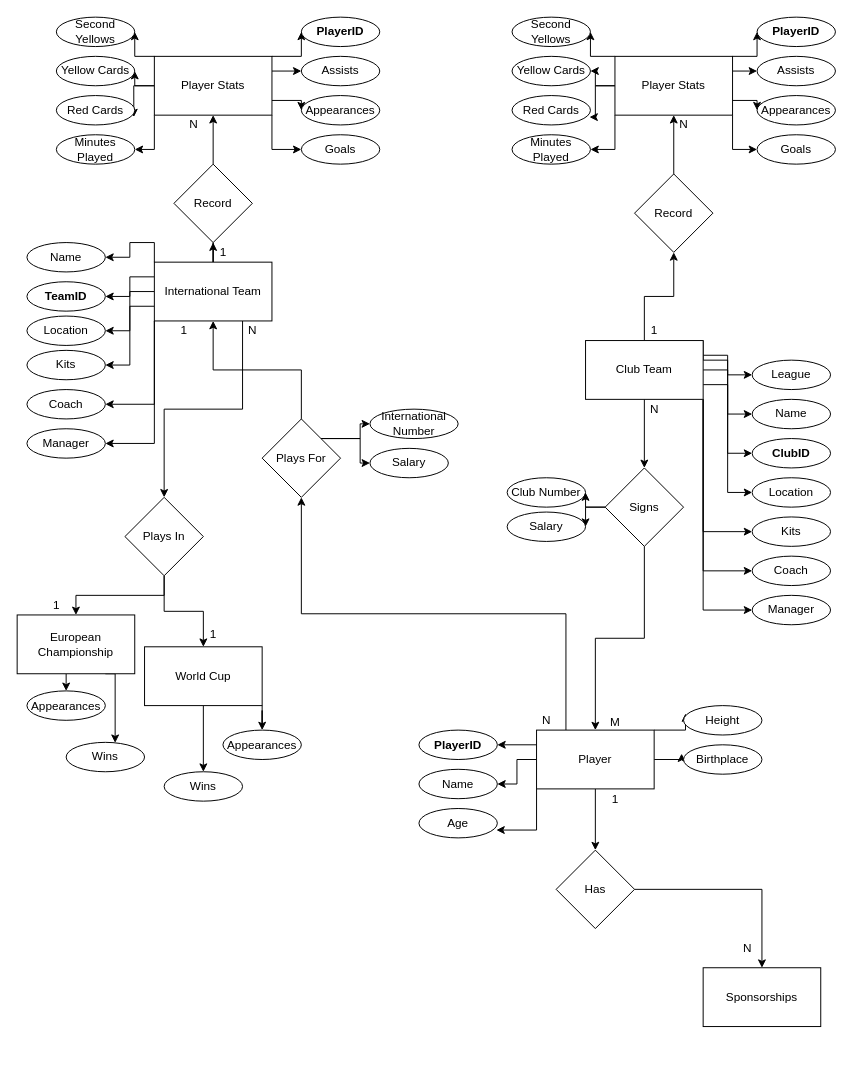
Before: Untitled Diagram.drawio in SnowSpider3498/COMP3421, a draw.io diagram. Source tidied: cells renumbered, new cells numbered last; positions are measured from the earlier drawing's top-left corner, leaving out a move shared by most shapes. Both pictures are drawn from the tidied source at 98%, with x=0, y=0 at pixel (17, 17).
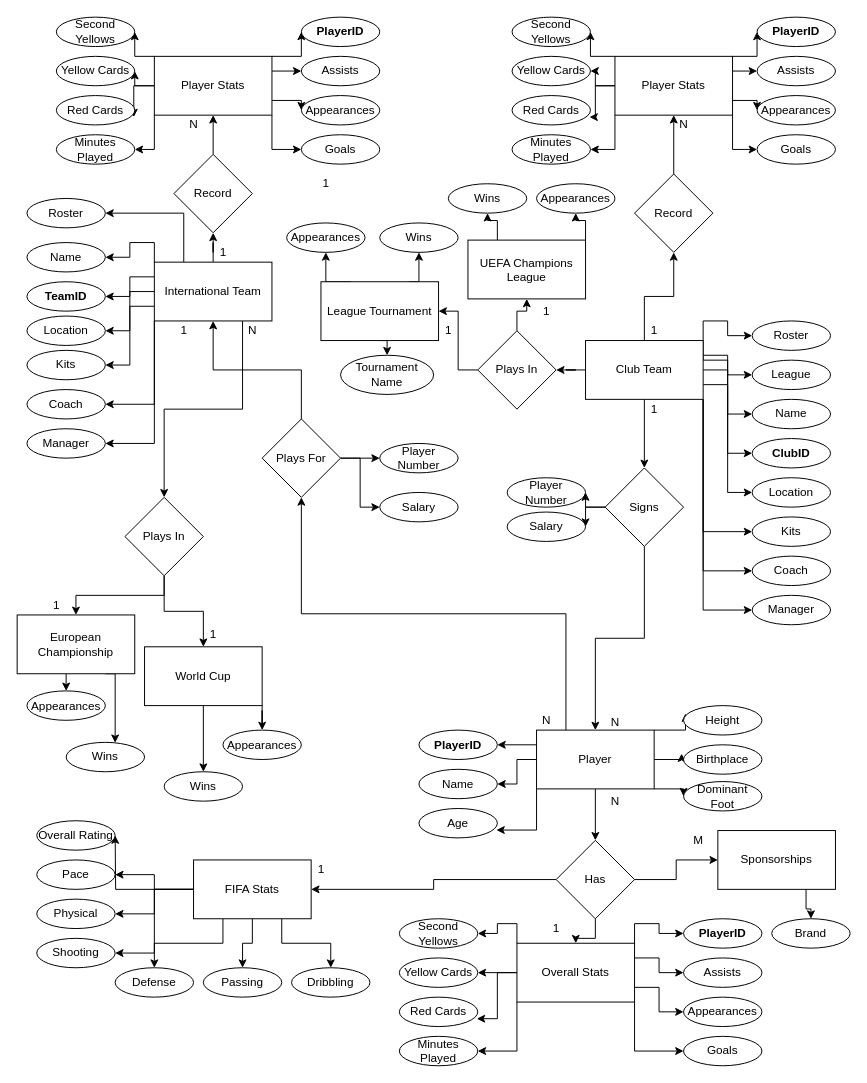
After the change.

Unchanged cells that the change refers to:
```xml
<mxCell id="9" value="Player" style="rounded=0;whiteSpace=wrap;html=1;" parent="1" vertex="1">
  <mxGeometry x="530" y="727.5" width="120" height="60" as="geometry" />
</mxCell>
<mxCell id="16" value="Plays For&lt;br&gt;" style="rhombus;whiteSpace=wrap;html=1;" parent="1" vertex="1">
  <mxGeometry x="250" y="410" width="80" height="80" as="geometry" />
</mxCell>
<mxCell id="28" value="Club Team" style="rounded=0;whiteSpace=wrap;html=1;" parent="1" vertex="1">
  <mxGeometry x="580" y="330" width="120" height="60" as="geometry" />
</mxCell>
<mxCell id="37" value="International Team" style="rounded=0;whiteSpace=wrap;html=1;" parent="1" vertex="1">
  <mxGeometry x="140" y="250" width="120" height="60" as="geometry" />
</mxCell>
```

The edit, as a diff of the source:
```diff
@@
+    <mxCell id="126" style="edgeStyle=orthogonalEdgeStyle;rounded=0;jettySize=auto;html=1;exitX=1;exitY=1;exitDx=0;exitDy=0;entryX=0;entryY=0.5;entryDx=0;entryDy=0;" parent="1" edge="1" source="9" target="139">
+      <mxGeometry relative="1" as="geometry" />
+    </mxCell>
@@
+    <mxCell id="127" style="edgeStyle=orthogonalEdgeStyle;rounded=0;jettySize=auto;html=1;exitX=1;exitY=0.5;exitDx=0;exitDy=0;entryX=0;entryY=0.5;entryDx=0;entryDy=0;" parent="1" edge="1" source="16" target="138">
+      <mxGeometry relative="1" as="geometry" />
+    </mxCell>
-    <mxCell id="14" style="edgeStyle=orthogonalEdgeStyle;rounded=0;jettySize=auto;html=1;exitX=1;exitY=0;exitDx=0;exitDy=0;entryX=0;entryY=0.5;entryDx=0;entryDy=0;" parent="1" edge="1" source="16" target="116">
+    <mxCell id="14" style="edgeStyle=orthogonalEdgeStyle;rounded=0;jettySize=auto;html=1;exitX=1;exitY=0.5;exitDx=0;exitDy=0;entryX=0;entryY=0.5;entryDx=0;entryDy=0;" parent="1" edge="1" source="16" target="116">
       <mxGeometry relative="1" as="geometry" />
     </mxCell>
-    <mxCell id="15" style="edgeStyle=orthogonalEdgeStyle;rounded=0;jettySize=auto;html=1;exitX=1;exitY=0;exitDx=0;exitDy=0;entryX=0;entryY=0.5;entryDx=0;entryDy=0;" parent="1" edge="1" source="16" target="50">
-      <mxGeometry relative="1" as="geometry" />
-    </mxCell>
@@
-    <mxCell id="18" value="Club Number" style="ellipse;whiteSpace=wrap;html=1;" parent="1" vertex="1">
+    <mxCell id="18" value="Player Number" style="ellipse;whiteSpace=wrap;html=1;" parent="1" vertex="1">
       <mxGeometry x="500" y="470" width="80" height="30" as="geometry" />
     </mxCell>
@@
+    <mxCell id="128" style="edgeStyle=orthogonalEdgeStyle;rounded=0;jettySize=auto;html=1;exitX=1;exitY=0;exitDx=0;exitDy=0;entryX=0;entryY=0.5;entryDx=0;entryDy=0;" parent="1" edge="1" source="28" target="137">
+      <mxGeometry relative="1" as="geometry" />
+    </mxCell>
+    <mxCell id="129" style="edgeStyle=orthogonalEdgeStyle;rounded=0;jettySize=auto;html=1;" parent="1" edge="1" source="28" target="157">
+      <mxGeometry relative="1" as="geometry" />
+    </mxCell>
@@
+    <mxCell id="130" style="edgeStyle=orthogonalEdgeStyle;rounded=0;jettySize=auto;html=1;exitX=0.25;exitY=0;exitDx=0;exitDy=0;entryX=1;entryY=0.5;entryDx=0;entryDy=0;" parent="1" edge="1" source="37" target="136">
+      <mxGeometry relative="1" as="geometry" />
+    </mxCell>
@@
+    <mxCell id="131" style="edgeStyle=orthogonalEdgeStyle;rounded=0;jettySize=auto;html=1;" parent="1" edge="1" source="46" target="147">
+      <mxGeometry relative="1" as="geometry" />
+    </mxCell>
+    <mxCell id="132" style="edgeStyle=orthogonalEdgeStyle;rounded=0;jettySize=auto;html=1;" parent="1" edge="1" source="46" target="182">
+      <mxGeometry relative="1" as="geometry" />
+    </mxCell>
     <mxCell id="46" value="Has" style="rhombus;whiteSpace=wrap;html=1;" parent="1" vertex="1">
-      <mxGeometry x="550" y="850" width="80" height="80" as="geometry" />
+      <mxGeometry x="550" y="840" width="80" height="80" as="geometry" />
     </mxCell>
+    <mxCell id="133" style="edgeStyle=orthogonalEdgeStyle;rounded=0;jettySize=auto;html=1;exitX=0.75;exitY=1;exitDx=0;exitDy=0;" parent="1" edge="1" source="47" target="135">
+      <mxGeometry relative="1" as="geometry" />
+    </mxCell>
     <mxCell id="47" value="Sponsorships" style="rounded=0;whiteSpace=wrap;html=1;" parent="1" vertex="1">
-      <mxGeometry x="700" y="970" width="120" height="60" as="geometry" />
+      <mxGeometry x="715" y="830" width="120" height="60" as="geometry" />
     </mxCell>
@@
-    <mxCell id="50" value="International Number" style="ellipse;whiteSpace=wrap;html=1;" parent="1" vertex="1">
-      <mxGeometry x="360" y="400" width="90" height="30" as="geometry" />
-    </mxCell>
@@
-    <mxCell id="74" value="1" style="text;html=1;align=center;verticalAlign=middle;strokeColor=none;" parent="1" vertex="1">
-      <mxGeometry x="600" y="787.5" width="20" height="20" as="geometry" />
-    </mxCell>
-    <mxCell id="75" value="N" style="text;html=1;align=center;verticalAlign=middle;strokeColor=none;" parent="1" vertex="1">
-      <mxGeometry x="735" y="940" width="20" height="20" as="geometry" />
+    <mxCell id="75" value="M" style="text;html=1;align=center;verticalAlign=middle;strokeColor=none;" parent="1" vertex="1">
+      <mxGeometry x="680" y="830" width="30" height="20" as="geometry" />
     </mxCell>
@@
     <mxCell id="115" value="Record" style="rhombus;whiteSpace=wrap;html=1;rounded=0;" parent="1" vertex="1">
-      <mxGeometry x="160" y="150" width="80" height="80" as="geometry" />
+      <mxGeometry x="160" y="140" width="80" height="80" as="geometry" />
     </mxCell>
     <mxCell id="116" value="Salary" style="ellipse;whiteSpace=wrap;html=1;" parent="1" vertex="1">
-      <mxGeometry x="360" y="440" width="80" height="30" as="geometry" />
+      <mxGeometry x="370" y="485" width="80" height="30" as="geometry" />
     </mxCell>
-    <mxCell id="117" value="M" style="text;html=1;align=center;verticalAlign=middle;strokeColor=none;" parent="1" vertex="1">
-      <mxGeometry x="595" y="710" width="30" height="20" as="geometry" />
+    <mxCell id="117" value="N" style="text;html=1;align=center;verticalAlign=middle;strokeColor=none;" parent="1" vertex="1">
+      <mxGeometry x="600" y="710" width="20" height="20" as="geometry" />
     </mxCell>
-    <mxCell id="118" value="N" style="text;html=1;align=center;verticalAlign=middle;strokeColor=none;" parent="1" vertex="1">
+    <mxCell id="118" value="1" style="text;html=1;align=center;verticalAlign=middle;strokeColor=none;" parent="1" vertex="1">
       <mxGeometry x="640" y="390" width="20" height="20" as="geometry" />
     </mxCell>
@@
+    <mxCell id="134" value="N" style="text;html=1;align=center;verticalAlign=middle;strokeColor=none;" parent="1" vertex="1">
+      <mxGeometry x="600" y="790" width="20" height="20" as="geometry" />
+    </mxCell>
+    <mxCell id="135" value="Brand" style="ellipse;whiteSpace=wrap;html=1;" parent="1" vertex="1">
+      <mxGeometry x="770" y="920" width="80" height="30" as="geometry" />
+    </mxCell>
+    <mxCell id="136" value="Roster" style="ellipse;whiteSpace=wrap;html=1;" parent="1" vertex="1">
+      <mxGeometry x="10" y="185" width="80" height="30" as="geometry" />
+    </mxCell>
+    <mxCell id="137" value="Roster" style="ellipse;whiteSpace=wrap;html=1;" parent="1" vertex="1">
+      <mxGeometry x="750" y="310" width="80" height="30" as="geometry" />
+    </mxCell>
+    <mxCell id="138" value="Player Number" style="ellipse;whiteSpace=wrap;html=1;" parent="1" vertex="1">
+      <mxGeometry x="370" y="435" width="80" height="30" as="geometry" />
+    </mxCell>
+    <mxCell id="139" value="Dominant Foot" style="ellipse;whiteSpace=wrap;html=1;" parent="1" vertex="1">
+      <mxGeometry x="680" y="780" width="80" height="30" as="geometry" />
+    </mxCell>
+    <mxCell id="140" style="edgeStyle=orthogonalEdgeStyle;rounded=0;jettySize=auto;html=1;" parent="1" edge="1" source="147" target="153">
+      <mxGeometry relative="1" as="geometry" />
+    </mxCell>
+    <mxCell id="141" style="edgeStyle=orthogonalEdgeStyle;rounded=0;jettySize=auto;html=1;exitX=0;exitY=0.5;exitDx=0;exitDy=0;entryX=1;entryY=0.5;entryDx=0;entryDy=0;" parent="1" edge="1" source="147">
+      <mxGeometry relative="1" as="geometry">
+        <mxPoint x="100" y="835" as="targetPoint" />
+      </mxGeometry>
+    </mxCell>
+    <mxCell id="142" style="edgeStyle=orthogonalEdgeStyle;rounded=0;jettySize=auto;html=1;exitX=0;exitY=0.5;exitDx=0;exitDy=0;entryX=1;entryY=0.5;entryDx=0;entryDy=0;" parent="1" edge="1" source="147" target="148">
+      <mxGeometry relative="1" as="geometry" />
+    </mxCell>
+    <mxCell id="143" style="edgeStyle=orthogonalEdgeStyle;rounded=0;jettySize=auto;html=1;exitX=0;exitY=0.5;exitDx=0;exitDy=0;entryX=1;entryY=0.5;entryDx=0;entryDy=0;" parent="1" edge="1" source="147" target="152">
+      <mxGeometry relative="1" as="geometry" />
+    </mxCell>
+    <mxCell id="144" style="edgeStyle=orthogonalEdgeStyle;rounded=0;jettySize=auto;html=1;" parent="1" edge="1" source="147" target="151">
+      <mxGeometry relative="1" as="geometry" />
+    </mxCell>
+    <mxCell id="145" style="edgeStyle=orthogonalEdgeStyle;rounded=0;jettySize=auto;html=1;exitX=0.25;exitY=1;exitDx=0;exitDy=0;entryX=0.5;entryY=0;entryDx=0;entryDy=0;" parent="1" edge="1" source="147" target="149">
+      <mxGeometry relative="1" as="geometry" />
+    </mxCell>
+    <mxCell id="146" style="edgeStyle=orthogonalEdgeStyle;rounded=0;jettySize=auto;html=1;exitX=0.75;exitY=1;exitDx=0;exitDy=0;entryX=0.5;entryY=0;entryDx=0;entryDy=0;" parent="1" edge="1" source="147" target="150">
+      <mxGeometry relative="1" as="geometry" />
+    </mxCell>
+    <mxCell id="147" value="FIFA Stats" style="whiteSpace=wrap;html=1;" parent="1" vertex="1">
+      <mxGeometry x="180" y="860" width="120" height="60" as="geometry" />
+    </mxCell>
+    <mxCell id="148" value="Physical" style="ellipse;whiteSpace=wrap;html=1;" parent="1" vertex="1">
+      <mxGeometry x="20" y="900" width="80" height="30" as="geometry" />
+    </mxCell>
+    <mxCell id="149" value="Defense" style="ellipse;whiteSpace=wrap;html=1;" parent="1" vertex="1">
+      <mxGeometry x="100" y="970" width="80" height="30" as="geometry" />
+    </mxCell>
+    <mxCell id="150" value="Dribbling" style="ellipse;whiteSpace=wrap;html=1;" parent="1" vertex="1">
+      <mxGeometry x="280" y="970" width="80" height="30" as="geometry" />
+    </mxCell>
+    <mxCell id="151" value="Passing" style="ellipse;whiteSpace=wrap;html=1;" parent="1" vertex="1">
+      <mxGeometry x="190" y="970" width="80" height="30" as="geometry" />
+    </mxCell>
+    <mxCell id="152" value="Shooting" style="ellipse;whiteSpace=wrap;html=1;" parent="1" vertex="1">
+      <mxGeometry x="20" y="940" width="80" height="30" as="geometry" />
+    </mxCell>
+    <mxCell id="153" value="Pace" style="ellipse;whiteSpace=wrap;html=1;" parent="1" vertex="1">
+      <mxGeometry x="20" y="860" width="80" height="30" as="geometry" />
+    </mxCell>
+    <mxCell id="154" value="Overall Rating" style="ellipse;whiteSpace=wrap;html=1;" parent="1" vertex="1">
+      <mxGeometry x="20" y="820" width="80" height="30" as="geometry" />
+    </mxCell>
+    <mxCell id="155" style="edgeStyle=orthogonalEdgeStyle;rounded=0;jettySize=auto;html=1;" parent="1" edge="1" source="157" target="162">
+      <mxGeometry relative="1" as="geometry" />
+    </mxCell>
+    <mxCell id="156" style="edgeStyle=orthogonalEdgeStyle;rounded=0;jettySize=auto;html=1;exitX=0;exitY=0.5;exitDx=0;exitDy=0;entryX=1;entryY=0.5;entryDx=0;entryDy=0;" parent="1" edge="1" source="157" target="170">
+      <mxGeometry relative="1" as="geometry" />
+    </mxCell>
+    <mxCell id="157" value="Plays In" style="rhombus;whiteSpace=wrap;html=1;rounded=0;" parent="1" vertex="1">
+      <mxGeometry x="470" y="320" width="80" height="80" as="geometry" />
+    </mxCell>
+    <mxCell id="158" value="Wins" style="ellipse;whiteSpace=wrap;html=1;" parent="1" vertex="1">
+      <mxGeometry x="440" y="170" width="80" height="30" as="geometry" />
+    </mxCell>
+    <mxCell id="159" value="Appearances" style="ellipse;whiteSpace=wrap;html=1;" parent="1" vertex="1">
+      <mxGeometry x="530" y="170" width="80" height="30" as="geometry" />
+    </mxCell>
+    <mxCell id="160" style="edgeStyle=orthogonalEdgeStyle;rounded=0;jettySize=auto;html=1;exitX=0.25;exitY=0;exitDx=0;exitDy=0;" parent="1" edge="1" source="162" target="158">
+      <mxGeometry relative="1" as="geometry" />
+    </mxCell>
+    <mxCell id="161" style="edgeStyle=orthogonalEdgeStyle;rounded=0;jettySize=auto;html=1;exitX=1;exitY=0;exitDx=0;exitDy=0;" parent="1" edge="1" source="162" target="159">
+      <mxGeometry relative="1" as="geometry" />
+    </mxCell>
+    <mxCell id="162" value="UEFA Champions League" style="rounded=0;whiteSpace=wrap;html=1;" parent="1" vertex="1">
+      <mxGeometry x="460" y="227.5" width="120" height="60" as="geometry" />
+    </mxCell>
+    <mxCell id="163" value="Wins" style="ellipse;whiteSpace=wrap;html=1;" parent="1" vertex="1">
+      <mxGeometry x="370" y="210" width="80" height="30" as="geometry" />
+    </mxCell>
+    <mxCell id="164" value="Appearances" style="ellipse;whiteSpace=wrap;html=1;" parent="1" vertex="1">
+      <mxGeometry x="275" y="210" width="80" height="30" as="geometry" />
+    </mxCell>
+    <mxCell id="165" value="1" style="text;html=1;align=center;verticalAlign=middle;strokeColor=none;" parent="1" vertex="1">
+      <mxGeometry x="530" y="290" width="20" height="20" as="geometry" />
+    </mxCell>
+    <mxCell id="166" value="1" style="text;html=1;align=center;verticalAlign=middle;strokeColor=none;" parent="1" vertex="1">
+      <mxGeometry x="305" y="160" width="20" height="20" as="geometry" />
+    </mxCell>
+    <mxCell id="167" style="edgeStyle=orthogonalEdgeStyle;rounded=0;jettySize=auto;html=1;exitX=0.75;exitY=0;exitDx=0;exitDy=0;entryX=0.5;entryY=1;entryDx=0;entryDy=0;" parent="1" edge="1" source="170" target="163">
+      <mxGeometry relative="1" as="geometry" />
+    </mxCell>
+    <mxCell id="168" style="edgeStyle=orthogonalEdgeStyle;rounded=0;jettySize=auto;html=1;exitX=0.25;exitY=0;exitDx=0;exitDy=0;entryX=0.5;entryY=1;entryDx=0;entryDy=0;" parent="1" edge="1" source="170" target="164">
+      <mxGeometry relative="1" as="geometry" />
+    </mxCell>
+    <mxCell id="169" style="edgeStyle=orthogonalEdgeStyle;rounded=0;jettySize=auto;html=1;exitX=0.5;exitY=1;exitDx=0;exitDy=0;entryX=0.5;entryY=0;entryDx=0;entryDy=0;" parent="1" edge="1" source="170" target="171">
+      <mxGeometry relative="1" as="geometry" />
+    </mxCell>
+    <mxCell id="170" value="League Tournament" style="rounded=0;whiteSpace=wrap;html=1;" parent="1" vertex="1">
+      <mxGeometry x="310" y="270" width="120" height="60" as="geometry" />
+    </mxCell>
+    <mxCell id="171" value="Tournament Name" style="ellipse;whiteSpace=wrap;html=1;" parent="1" vertex="1">
+      <mxGeometry x="330" y="345" width="95" height="40" as="geometry" />
+    </mxCell>
+    <mxCell id="172" style="edgeStyle=orthogonalEdgeStyle;rounded=0;orthogonalLoop=1;jettySize=auto;html=1;exitX=0.5;exitY=1;exitDx=0;exitDy=0;" parent="1" edge="1" source="135" target="135">
+      <mxGeometry relative="1" as="geometry" />
+    </mxCell>
+    <mxCell id="173" value="1" style="text;html=1;align=center;verticalAlign=middle;strokeColor=none;" parent="1" vertex="1">
+      <mxGeometry x="300" y="860" width="20" height="20" as="geometry" />
+    </mxCell>
+    <mxCell id="174" style="edgeStyle=orthogonalEdgeStyle;rounded=0;jettySize=auto;html=1;" parent="1" edge="1" source="182" target="187">
+      <mxGeometry relative="1" as="geometry" />
+    </mxCell>
+    <mxCell id="175" style="edgeStyle=orthogonalEdgeStyle;rounded=0;jettySize=auto;html=1;exitX=0;exitY=0.5;exitDx=0;exitDy=0;entryX=0.988;entryY=0.733;entryDx=0;entryDy=0;entryPerimeter=0;" parent="1" edge="1" source="182" target="186">
+      <mxGeometry relative="1" as="geometry" />
+    </mxCell>
+    <mxCell id="176" style="edgeStyle=orthogonalEdgeStyle;rounded=0;jettySize=auto;html=1;exitX=0;exitY=1;exitDx=0;exitDy=0;entryX=1;entryY=0.5;entryDx=0;entryDy=0;" parent="1" edge="1" source="182" target="184">
+      <mxGeometry relative="1" as="geometry" />
+    </mxCell>
+    <mxCell id="177" style="edgeStyle=orthogonalEdgeStyle;rounded=0;jettySize=auto;html=1;exitX=0;exitY=0;exitDx=0;exitDy=0;entryX=1;entryY=0.5;entryDx=0;entryDy=0;" parent="1" edge="1" source="182" target="185">
+      <mxGeometry relative="1" as="geometry" />
+    </mxCell>
+    <mxCell id="178" style="edgeStyle=orthogonalEdgeStyle;rounded=0;jettySize=auto;html=1;exitX=1;exitY=0;exitDx=0;exitDy=0;entryX=0;entryY=0.5;entryDx=0;entryDy=0;" parent="1" edge="1" source="182" target="183">
+      <mxGeometry relative="1" as="geometry" />
+    </mxCell>
+    <mxCell id="179" style="edgeStyle=orthogonalEdgeStyle;rounded=0;jettySize=auto;html=1;exitX=1;exitY=0.25;exitDx=0;exitDy=0;entryX=0;entryY=0.5;entryDx=0;entryDy=0;" parent="1" edge="1" source="182" target="188">
+      <mxGeometry relative="1" as="geometry" />
+    </mxCell>
+    <mxCell id="180" style="edgeStyle=orthogonalEdgeStyle;rounded=0;jettySize=auto;html=1;exitX=1;exitY=0.75;exitDx=0;exitDy=0;entryX=0;entryY=0.5;entryDx=0;entryDy=0;" parent="1" edge="1" source="182" target="190">
+      <mxGeometry relative="1" as="geometry" />
+    </mxCell>
+    <mxCell id="181" style="edgeStyle=orthogonalEdgeStyle;rounded=0;jettySize=auto;html=1;exitX=1;exitY=1;exitDx=0;exitDy=0;entryX=0;entryY=0.5;entryDx=0;entryDy=0;" parent="1" edge="1" source="182" target="189">
+      <mxGeometry relative="1" as="geometry" />
+    </mxCell>
+    <mxCell id="182" value="Overall Stats" style="rounded=0;whiteSpace=wrap;html=1;" parent="1" vertex="1">
+      <mxGeometry x="510" y="945" width="120" height="60" as="geometry" />
+    </mxCell>
+    <mxCell id="183" value="&lt;b&gt;PlayerID&lt;/b&gt;" style="ellipse;whiteSpace=wrap;html=1;" parent="1" vertex="1">
+      <mxGeometry x="680" y="920" width="80" height="30" as="geometry" />
+    </mxCell>
+    <mxCell id="184" value="Minutes Played" style="ellipse;whiteSpace=wrap;html=1;" parent="1" vertex="1">
+      <mxGeometry x="390" y="1040" width="80" height="30" as="geometry" />
+    </mxCell>
+    <mxCell id="185" value="Second Yellows" style="ellipse;whiteSpace=wrap;html=1;" parent="1" vertex="1">
+      <mxGeometry x="390" y="920" width="80" height="30" as="geometry" />
+    </mxCell>
+    <mxCell id="186" value="Red Cards" style="ellipse;whiteSpace=wrap;html=1;" parent="1" vertex="1">
+      <mxGeometry x="390" y="1000" width="80" height="30" as="geometry" />
+    </mxCell>
+    <mxCell id="187" value="Yellow Cards" style="ellipse;whiteSpace=wrap;html=1;" parent="1" vertex="1">
+      <mxGeometry x="390" y="960" width="80" height="30" as="geometry" />
+    </mxCell>
+    <mxCell id="188" value="Assists" style="ellipse;whiteSpace=wrap;html=1;" parent="1" vertex="1">
+      <mxGeometry x="680" y="960" width="80" height="30" as="geometry" />
+    </mxCell>
+    <mxCell id="189" value="Goals" style="ellipse;whiteSpace=wrap;html=1;" parent="1" vertex="1">
+      <mxGeometry x="680" y="1040" width="80" height="30" as="geometry" />
+    </mxCell>
+    <mxCell id="190" value="Appearances" style="ellipse;whiteSpace=wrap;html=1;" parent="1" vertex="1">
+      <mxGeometry x="680" y="1000" width="80" height="30" as="geometry" />
+    </mxCell>
+    <mxCell id="191" value="1" style="text;html=1;align=center;verticalAlign=middle;strokeColor=none;" parent="1" vertex="1">
+      <mxGeometry x="540" y="920" width="20" height="20" as="geometry" />
+    </mxCell>
+    <mxCell id="192" value="1" style="text;html=1;align=center;verticalAlign=middle;strokeColor=none;" parent="1" vertex="1">
+      <mxGeometry x="430" y="310" width="20" height="20" as="geometry" />
+    </mxCell>
```
